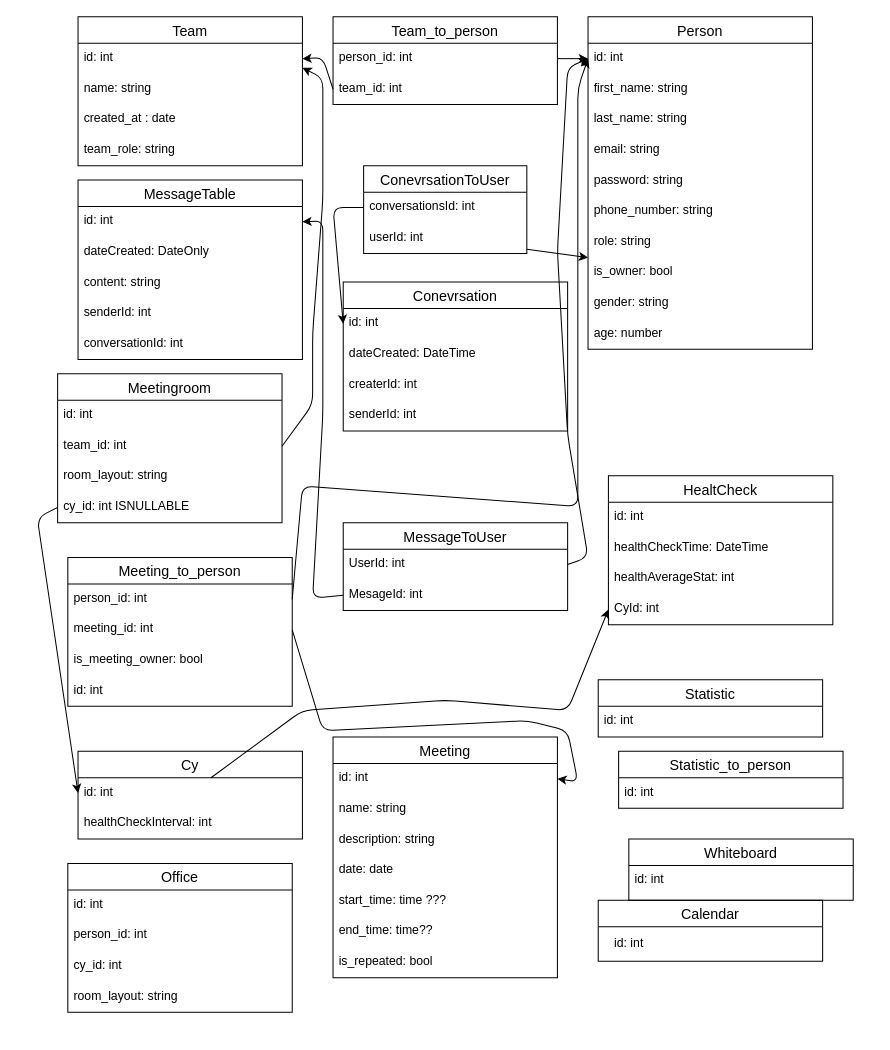
Above: Cydrawio.drawio in Sfinx-Development/CY-virtualworkplace (draw.io), before the change. Source tidied: cells renumbered, new cells numbered last; positions are measured from the earlier drawing's top-left corner, leaving out a move shared by most shapes. Both pictures are drawn from the tidied source at 102%, with x=0, y=0 at pixel (37, 16).
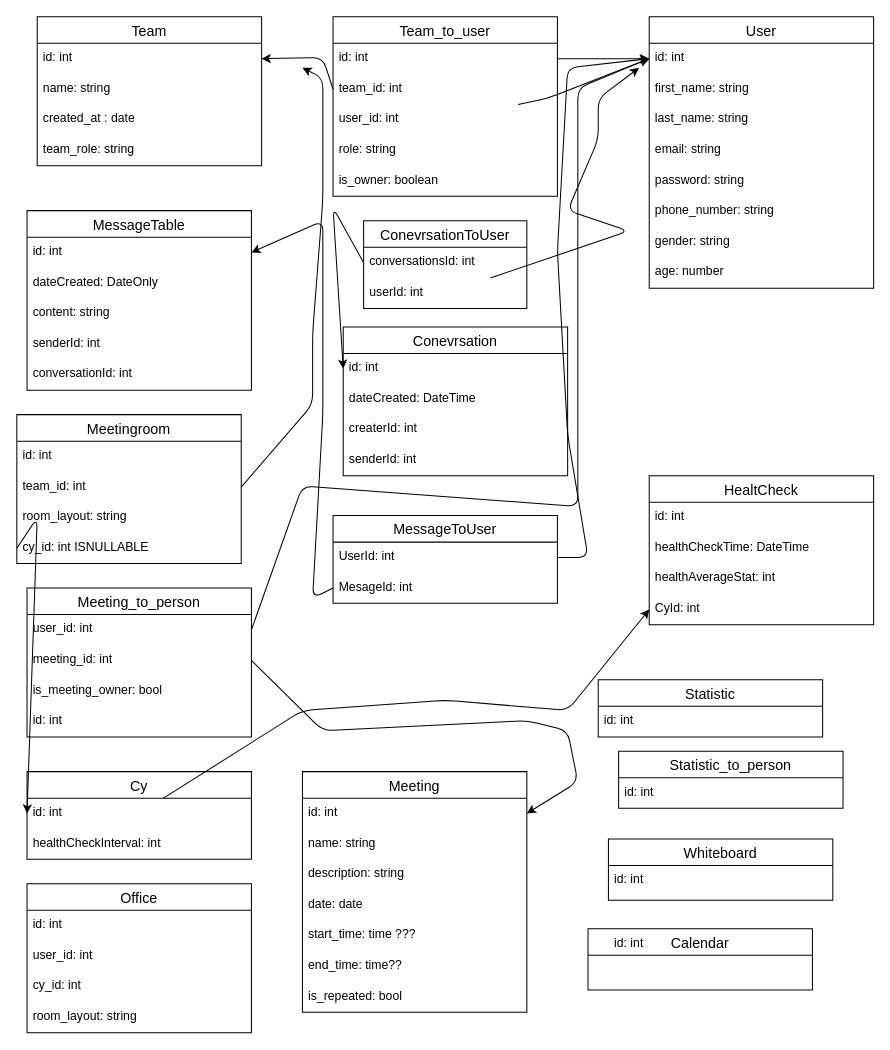
The same diagram, later.

Commit message:
updatetd drawiod

The change refers to these unchanged cells:
```xml
<mxCell id="8" value="id: int" style="text;strokeColor=none;fillColor=none;spacingLeft=4;spacingRight=4;overflow=hidden;points=[[0,0.5],[1,0.5]];portConstraint=eastwest;fontSize=12;" parent="7" vertex="1">
  <mxGeometry y="26" width="220" height="30" as="geometry" />
</mxCell>
<mxCell id="80" value="userId: int" style="text;strokeColor=none;fillColor=none;spacingLeft=4;spacingRight=4;overflow=hidden;points=[[0,0.5],[1,0.5]];portConstraint=eastwest;fontSize=12;" parent="78" vertex="1">
  <mxGeometry y="56" width="160" height="30" as="geometry" />
</mxCell>
```

The edit, as a diff of the source:
```diff
@@
     <mxCell id="2" value="Team" style="swimlane;fontStyle=0;horizontal=1;startSize=26;align=center;fontSize=14;" parent="1" vertex="1">
-      <mxGeometry x="40" width="220" height="146" as="geometry" />
+      <mxGeometry width="220" height="146" as="geometry" />
     </mxCell>
@@
-    <mxCell id="7" value="Person" style="swimlane;fontStyle=0;horizontal=1;startSize=26;align=center;fontSize=14;" parent="1" vertex="1">
-      <mxGeometry x="540" width="220" height="326" as="geometry" />
+    <mxCell id="7" value="User" style="swimlane;fontStyle=0;horizontal=1;startSize=26;align=center;fontSize=14;" parent="1" vertex="1">
+      <mxGeometry x="600" width="220" height="266" as="geometry" />
     </mxCell>
@@
-    <mxCell id="14" value="role: string" style="text;strokeColor=none;fillColor=none;spacingLeft=4;spacingRight=4;overflow=hidden;fontSize=12;" parent="7" vertex="1">
-      <mxGeometry y="206" width="220" height="30" as="geometry" />
-    </mxCell>
-    <mxCell id="15" value="is_owner: bool" style="text;strokeColor=none;fillColor=none;spacingLeft=4;spacingRight=4;overflow=hidden;points=[[0,0.5],[1,0.5]];portConstraint=eastwest;fontSize=12;" parent="7" vertex="1">
-      <mxGeometry y="236" width="220" height="30" as="geometry" />
-    </mxCell>
     <mxCell id="16" value="gender: string" style="text;strokeColor=none;fillColor=none;spacingLeft=4;spacingRight=4;overflow=hidden;fontSize=12;" parent="7" vertex="1">
-      <mxGeometry y="266" width="220" height="30" as="geometry" />
+      <mxGeometry y="206" width="220" height="30" as="geometry" />
     </mxCell>
     <mxCell id="17" value="age: number" style="text;strokeColor=none;fillColor=none;spacingLeft=4;spacingRight=4;overflow=hidden;fontSize=12;" parent="7" vertex="1">
-      <mxGeometry y="296" width="220" height="30" as="geometry" />
+      <mxGeometry y="236" width="220" height="30" as="geometry" />
     </mxCell>
-    <mxCell id="18" value="Team_to_person" style="swimlane;fontStyle=0;horizontal=1;startSize=26;align=center;fontSize=14;" parent="1" vertex="1">
-      <mxGeometry x="290" width="220" height="86" as="geometry" />
+    <mxCell id="18" value="Team_to_user" style="swimlane;fontStyle=0;horizontal=1;startSize=26;align=center;fontSize=14;" parent="1" vertex="1">
+      <mxGeometry x="290" width="220" height="176" as="geometry" />
     </mxCell>
-    <mxCell id="19" value="person_id: int" style="text;strokeColor=none;fillColor=none;spacingLeft=4;spacingRight=4;overflow=hidden;points=[[0,0.5],[1,0.5]];portConstraint=eastwest;fontSize=12;" parent="18" vertex="1">
+    <mxCell id="19" value="id: int" style="text;strokeColor=none;fillColor=none;spacingLeft=4;spacingRight=4;overflow=hidden;points=[[0,0.5],[1,0.5]];portConstraint=eastwest;fontSize=12;" parent="18" vertex="1">
       <mxGeometry y="26" width="220" height="30" as="geometry" />
     </mxCell>
@@
+    <mxCell id="88" value="user_id: int" style="text;strokeColor=none;fillColor=none;spacingLeft=4;spacingRight=4;overflow=hidden;points=[[0,0.5],[1,0.5]];portConstraint=eastwest;fontSize=12;" parent="18" vertex="1">
+      <mxGeometry y="86" width="220" height="30" as="geometry" />
+    </mxCell>
+    <mxCell id="14" value="role: string" style="text;strokeColor=none;fillColor=none;spacingLeft=4;spacingRight=4;overflow=hidden;fontSize=12;" parent="18" vertex="1">
+      <mxGeometry y="116" width="220" height="30" as="geometry" />
+    </mxCell>
+    <mxCell id="89" value="is_owner: boolean" style="text;strokeColor=none;fillColor=none;spacingLeft=4;spacingRight=4;overflow=hidden;fontSize=12;" parent="18" vertex="1">
+      <mxGeometry y="146" width="220" height="30" as="geometry" />
+    </mxCell>
@@
     <mxCell id="23" value="Meetingroom" style="swimlane;fontStyle=0;horizontal=1;startSize=26;align=center;fontSize=14;" parent="1" vertex="1">
-      <mxGeometry x="20" y="350" width="220" height="146" as="geometry" />
+      <mxGeometry x="-20" y="390" width="220" height="146" as="geometry" />
     </mxCell>
@@
     <mxCell id="29" value="Office" style="swimlane;fontStyle=0;horizontal=1;startSize=26;align=center;fontSize=14;" parent="1" vertex="1">
-      <mxGeometry x="30" y="830" width="220" height="146" as="geometry" />
+      <mxGeometry x="-10" y="850" width="220" height="146" as="geometry" />
     </mxCell>
@@
-    <mxCell id="31" value="person_id: int" style="text;strokeColor=none;fillColor=none;spacingLeft=4;spacingRight=4;overflow=hidden;fontSize=12;" parent="29" vertex="1">
+    <mxCell id="31" value="user_id: int" style="text;strokeColor=none;fillColor=none;spacingLeft=4;spacingRight=4;overflow=hidden;fontSize=12;" parent="29" vertex="1">
       <mxGeometry y="56" width="220" height="30" as="geometry" />
     </mxCell>
@@
     <mxCell id="34" value="Meeting" style="swimlane;fontStyle=0;horizontal=1;startSize=26;align=center;fontSize=14;" parent="1" vertex="1">
-      <mxGeometry x="290" y="706" width="220" height="236" as="geometry" />
+      <mxGeometry x="260" y="740" width="220" height="236" as="geometry" />
     </mxCell>
@@
     <mxCell id="42" value="Meeting_to_person" style="swimlane;fontStyle=0;horizontal=1;startSize=26;align=center;fontSize=14;" parent="1" vertex="1">
-      <mxGeometry x="30" y="530" width="220" height="146" as="geometry" />
+      <mxGeometry x="-10" y="560" width="220" height="146" as="geometry" />
     </mxCell>
-    <mxCell id="43" value="person_id: int" style="text;strokeColor=none;fillColor=none;spacingLeft=4;spacingRight=4;overflow=hidden;points=[[0,0.5],[1,0.5]];portConstraint=eastwest;fontSize=12;" parent="42" vertex="1">
+    <mxCell id="43" value="user_id: int" style="text;strokeColor=none;fillColor=none;spacingLeft=4;spacingRight=4;overflow=hidden;points=[[0,0.5],[1,0.5]];portConstraint=eastwest;fontSize=12;" parent="42" vertex="1">
       <mxGeometry y="26" width="220" height="30" as="geometry" />
     </mxCell>
@@
     <mxCell id="49" value="Cy" style="swimlane;fontStyle=0;horizontal=1;startSize=26;align=center;fontSize=14;" parent="1" vertex="1">
-      <mxGeometry x="40" y="720" width="220" height="86" as="geometry" />
+      <mxGeometry x="-10" y="740" width="220" height="86" as="geometry" />
     </mxCell>
@@
     <mxCell id="57" value="Calendar" style="swimlane;fontStyle=0;horizontal=1;startSize=26;align=center;fontSize=14;" parent="1" vertex="1">
-      <mxGeometry x="550" y="866" width="220" height="60" as="geometry" />
+      <mxGeometry x="540" y="894" width="220" height="60" as="geometry" />
     </mxCell>
     <mxCell id="58" value="Whiteboard" style="swimlane;fontStyle=0;horizontal=1;startSize=26;align=center;fontSize=14;" parent="1" vertex="1">
-      <mxGeometry x="580" y="806" width="220" height="60" as="geometry" />
+      <mxGeometry x="560" y="806" width="220" height="60" as="geometry" />
     </mxCell>
@@
     <mxCell id="60" value="HealtCheck" style="swimlane;fontStyle=0;horizontal=1;startSize=26;align=center;fontSize=14;" parent="1" vertex="1">
-      <mxGeometry x="560" y="450" width="220" height="146" as="geometry" />
+      <mxGeometry x="600" y="450" width="220" height="146" as="geometry" />
     </mxCell>
@@
     <mxCell id="66" value="MessageTable" style="swimlane;fontStyle=0;horizontal=1;startSize=26;align=center;fontSize=14;" parent="1" vertex="1">
-      <mxGeometry x="40" y="160" width="220" height="176" as="geometry" />
+      <mxGeometry x="-10" y="190" width="220" height="176" as="geometry" />
     </mxCell>
@@
     <mxCell id="73" value="Conevrsation" style="swimlane;fontStyle=0;horizontal=1;startSize=26;align=center;fontSize=14;" parent="1" vertex="1">
-      <mxGeometry x="300" y="260" width="220" height="146" as="geometry" />
+      <mxGeometry x="300" y="304" width="220" height="146" as="geometry" />
     </mxCell>
@@
     <mxCell id="78" value="ConevrsationToUser" style="swimlane;fontStyle=0;horizontal=1;startSize=26;align=center;fontSize=14;" parent="1" vertex="1">
-      <mxGeometry x="320" y="146" width="160" height="86" as="geometry" />
+      <mxGeometry x="320" y="200" width="160" height="86" as="geometry" />
     </mxCell>
@@
-    <mxCell id="82" style="edgeStyle=none;html=1;" parent="1" edge="1" source="80" target="15">
-      <mxGeometry relative="1" as="geometry" />
+    <mxCell id="82" style="edgeStyle=none;html=1;" parent="1" edge="1" source="80">
+      <mxGeometry relative="1" as="geometry">
+        <mxPoint x="590" y="50" as="targetPoint" />
+        <Array as="points">
+          <mxPoint x="580" y="210" />
+          <mxPoint x="520" y="190" />
+          <mxPoint x="550" y="120" />
+          <mxPoint x="550" y="80" />
+        </Array>
+      </mxGeometry>
     </mxCell>
     <mxCell id="83" value="MessageToUser" style="swimlane;fontStyle=0;horizontal=1;startSize=26;align=center;fontSize=14;" parent="1" vertex="1">
-      <mxGeometry x="300" y="496" width="220" height="86" as="geometry" />
+      <mxGeometry x="290" y="489" width="220" height="86" as="geometry" />
     </mxCell>
@@
+    <mxCell id="90" style="edgeStyle=none;html=1;entryX=0;entryY=0.5;entryDx=0;entryDy=0;" parent="1" edge="1" source="88" target="8">
+      <mxGeometry relative="1" as="geometry">
+        <Array as="points">
+          <mxPoint x="500" y="80" />
+        </Array>
+      </mxGeometry>
+    </mxCell>
```
